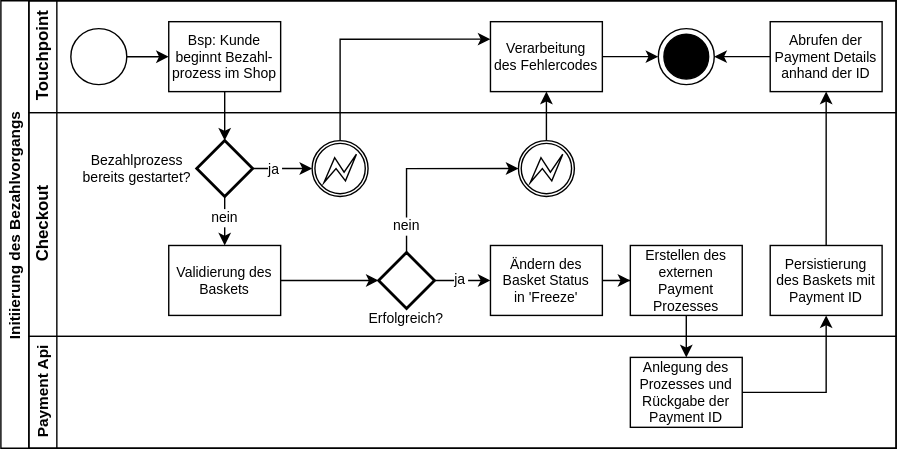
Thalmaier/bachelor-thesis keeps this draw.io diagram as svg/SL InitPayment.svg. Above is the earlier version. Source tidied: cells renumbered, new cells last; positions are measured from the earlier drawing's top-left corner, leaving out a move shared by most shapes. Its diagram source:
```xml
<mxGraphModel>
  <root>
    <mxCell id="0" />
    <mxCell id="1" parent="0" />
    <mxCell id="2" value="Initiierung des Bezahlvorgangs" style="swimlane;horizontal=0;startSize=20;fontColor=#000000;strokeColor=#000000;fontSize=11;fillColor=none;" parent="1" vertex="1">
      <mxGeometry width="640" height="320" as="geometry" />
    </mxCell>
    <mxCell id="3" value="Touchpoint" style="swimlane;html=1;startSize=20;horizontal=0;fontColor=#000000;strokeColor=#000000;fillColor=none;" parent="2" vertex="1">
      <mxGeometry x="20" width="620" height="80" as="geometry" />
    </mxCell>
    <mxCell id="4" style="edgeStyle=orthogonalEdgeStyle;rounded=0;jettySize=auto;html=1;fontColor=#000000;strokeColor=#000000;" parent="3" edge="1" source="5" target="6">
      <mxGeometry relative="1" as="geometry" />
    </mxCell>
    <mxCell id="5" style="ellipse;whiteSpace=wrap;html=1;fontColor=#000000;strokeColor=#000000;fillColor=#FFFFFF;" parent="3" vertex="1">
      <mxGeometry x="30" y="20" width="40" height="40" as="geometry" />
    </mxCell>
    <mxCell id="6" value="Bsp: Kunde&#10;beginnt Bezahl-&#10;prozess im Shop" style="rounded=0;fontFamily=Helvetica;fontSize=10;fontColor=#000000;align=center;strokeColor=#000000;fillColor=#FFFFFF;" parent="3" vertex="1">
      <mxGeometry x="100" y="15" width="80" height="50" as="geometry" />
    </mxCell>
    <mxCell id="7" style="edgeStyle=orthogonalEdgeStyle;rounded=0;jettySize=auto;html=1;fontSize=10;fontColor=#000000;strokeColor=#000000;" parent="3" edge="1" source="8" target="9">
      <mxGeometry relative="1" as="geometry" />
    </mxCell>
    <mxCell id="8" value="Verarbeitung&#10;des Fehlercodes" style="rounded=0;fontFamily=Helvetica;fontSize=10;fontColor=#000000;align=center;strokeColor=#000000;fillColor=#FFFFFF;" parent="3" vertex="1">
      <mxGeometry x="330" y="15" width="80" height="50" as="geometry" />
    </mxCell>
    <mxCell id="9" style="ellipse;html=1;shape=endState;fillColor=#000000;strokeColor=#000000;fontSize=10;fontColor=#000000;" parent="3" vertex="1">
      <mxGeometry x="450" y="20" width="40" height="40" as="geometry" />
    </mxCell>
    <mxCell id="10" style="edgeStyle=orthogonalEdgeStyle;rounded=0;jettySize=auto;html=1;fontSize=11;fontColor=#000000;strokeColor=#000000;" parent="3" edge="1" source="11" target="9">
      <mxGeometry relative="1" as="geometry" />
    </mxCell>
    <mxCell id="11" value="Abrufen der&#10;Payment Details&#10;anhand der ID" style="rounded=0;fontFamily=Helvetica;fontSize=10;fontColor=#000000;align=center;strokeColor=#000000;fillColor=#FFFFFF;" parent="3" vertex="1">
      <mxGeometry x="530" y="15" width="80" height="50" as="geometry" />
    </mxCell>
    <mxCell id="12" style="edgeStyle=orthogonalEdgeStyle;rounded=0;jettySize=auto;html=1;fontSize=10;fontColor=#000000;strokeColor=#000000;entryX=0.5;entryY=0;entryDx=0;entryDy=0;entryPerimeter=0;" parent="2" edge="1" source="6" target="26">
      <mxGeometry relative="1" as="geometry" />
    </mxCell>
    <mxCell id="13" style="edgeStyle=orthogonalEdgeStyle;rounded=0;jettySize=auto;html=1;fontSize=10;fontColor=#000000;strokeColor=#000000;exitX=0.5;exitY=0;exitDx=0;exitDy=0;exitPerimeter=0;entryX=0;entryY=0.25;entryDx=0;entryDy=0;" parent="2" edge="1" source="16" target="8">
      <mxGeometry relative="1" as="geometry" />
    </mxCell>
    <mxCell id="14" style="edgeStyle=orthogonalEdgeStyle;rounded=0;jettySize=auto;html=1;fontSize=11;fontColor=#000000;strokeColor=#000000;" parent="2" edge="1" source="21" target="11">
      <mxGeometry relative="1" as="geometry" />
    </mxCell>
    <mxCell id="15" value="Checkout" style="swimlane;html=1;startSize=20;horizontal=0;fontColor=#000000;strokeColor=#000000;fillColor=none;" parent="2" vertex="1">
      <mxGeometry x="20" y="80" width="620" height="160" as="geometry" />
    </mxCell>
    <mxCell id="16" style="points=[[0.145,0.145,0],[0.5,0,0],[0.855,0.145,0],[1,0.5,0],[0.855,0.855,0],[0.5,1,0],[0.145,0.855,0],[0,0.5,0]];shape=mxgraph.bpmn.event;html=1;verticalLabelPosition=bottom;labelBackgroundColor=#ffffff;verticalAlign=top;align=center;perimeter=ellipsePerimeter;outlineConnect=0;outline=boundInt;symbol=error;fontSize=10;fontColor=#000000;strokeColor=#000000;fillColor=#FFFFFF;" parent="15" vertex="1">
      <mxGeometry x="202.5" y="20" width="40" height="40" as="geometry" />
    </mxCell>
    <mxCell id="17" style="edgeStyle=orthogonalEdgeStyle;rounded=0;jettySize=auto;html=1;fontSize=11;fontColor=#000000;strokeColor=#000000;" parent="15" edge="1" source="18" target="35">
      <mxGeometry relative="1" as="geometry" />
    </mxCell>
    <mxCell id="18" value="Ändern des&#10;Basket Status&#10;in 'Freeze'" style="rounded=0;fontFamily=Helvetica;fontSize=10;fontColor=#000000;align=center;strokeColor=#000000;fillColor=#FFFFFF;" parent="15" vertex="1">
      <mxGeometry x="330" y="95" width="80" height="50" as="geometry" />
    </mxCell>
    <mxCell id="19" value="Erfolgreich?" style="text;strokeColor=none;fillColor=none;align=center;verticalAlign=middle;fontSize=10;fontColor=#000000;labelBackgroundColor=none;" parent="15" vertex="1">
      <mxGeometry x="242.5" y="142" width="55" height="10" as="geometry" />
    </mxCell>
    <mxCell id="20" style="points=[[0.145,0.145,0],[0.5,0,0],[0.855,0.145,0],[1,0.5,0],[0.855,0.855,0],[0.5,1,0],[0.145,0.855,0],[0,0.5,0]];shape=mxgraph.bpmn.event;html=1;verticalLabelPosition=bottom;labelBackgroundColor=#ffffff;verticalAlign=top;align=center;perimeter=ellipsePerimeter;outlineConnect=0;outline=boundInt;symbol=error;fontSize=10;fontColor=#000000;strokeColor=#000000;fillColor=#FFFFFF;" parent="15" vertex="1">
      <mxGeometry x="350" y="20" width="40" height="40" as="geometry" />
    </mxCell>
    <mxCell id="21" value="Persistierung&#10;des Baskets mit&#10;Payment ID" style="rounded=0;fontFamily=Helvetica;fontSize=10;fontColor=#000000;align=center;strokeColor=#000000;fillColor=#FFFFFF;" parent="15" vertex="1">
      <mxGeometry x="530" y="95" width="80" height="50" as="geometry" />
    </mxCell>
    <mxCell id="22" style="edgeStyle=orthogonalEdgeStyle;rounded=0;jettySize=auto;html=1;fontSize=11;fontColor=#000000;strokeColor=#000000;" parent="15" edge="1" source="26" target="16">
      <mxGeometry relative="1" as="geometry" />
    </mxCell>
    <mxCell id="23" value="ja" style="edgeLabel;align=center;verticalAlign=middle;fontSize=10;fontColor=#000000;labelBackgroundColor=#FFFFFF;" parent="22" vertex="1">
      <mxGeometry x="-0.19" relative="1" as="geometry">
        <mxPoint x="-2" as="offset" />
      </mxGeometry>
    </mxCell>
    <mxCell id="24" style="edgeStyle=orthogonalEdgeStyle;rounded=0;jettySize=auto;html=1;fontSize=11;fontColor=#000000;strokeColor=#000000;" parent="15" edge="1" source="26" target="29">
      <mxGeometry relative="1" as="geometry" />
    </mxCell>
    <mxCell id="25" value="nein" style="edgeLabel;align=center;verticalAlign=middle;fontSize=10;fontColor=#000000;labelBackgroundColor=#FFFFFF;" parent="24" vertex="1">
      <mxGeometry x="-0.36" y="-1" relative="1" as="geometry">
        <mxPoint x="1" as="offset" />
      </mxGeometry>
    </mxCell>
    <mxCell id="26" style="strokeWidth=2;html=1;shape=mxgraph.flowchart.decision;whiteSpace=wrap;fontSize=10;fontColor=#000000;fillColor=#FFFFFF;strokeColor=#000000;" parent="15" vertex="1">
      <mxGeometry x="120" y="20" width="40" height="40" as="geometry" />
    </mxCell>
    <mxCell id="27" value="Bezahlprozess&#10;bereits gestartet?" style="text;strokeColor=none;fillColor=none;align=center;verticalAlign=middle;fontSize=10;fontColor=#000000;labelBackgroundColor=#FFFFFF;" parent="15" vertex="1">
      <mxGeometry x="50" y="35" width="55" height="10" as="geometry" />
    </mxCell>
    <mxCell id="28" style="edgeStyle=orthogonalEdgeStyle;rounded=0;jettySize=auto;html=1;fontSize=11;fontColor=#000000;strokeColor=#000000;" parent="15" edge="1" source="29" target="34">
      <mxGeometry relative="1" as="geometry" />
    </mxCell>
    <mxCell id="29" value="Validierung des&#10;Baskets" style="rounded=0;fontFamily=Helvetica;fontSize=10;fontColor=#000000;align=center;strokeColor=#000000;fillColor=#FFFFFF;" parent="15" vertex="1">
      <mxGeometry x="100" y="95" width="80" height="50" as="geometry" />
    </mxCell>
    <mxCell id="30" style="edgeStyle=orthogonalEdgeStyle;rounded=0;jettySize=auto;html=1;fontSize=11;fontColor=#000000;strokeColor=#000000;" parent="15" edge="1" source="34" target="18">
      <mxGeometry relative="1" as="geometry" />
    </mxCell>
    <mxCell id="31" value="ja" style="edgeLabel;align=center;verticalAlign=middle;fontSize=10;fontColor=#000000;labelBackgroundColor=#FFFFFF;" parent="30" vertex="1">
      <mxGeometry x="0.26" y="-1" relative="1" as="geometry">
        <mxPoint x="-7" y="-2" as="offset" />
      </mxGeometry>
    </mxCell>
    <mxCell id="32" style="edgeStyle=orthogonalEdgeStyle;rounded=0;jettySize=auto;html=1;fontSize=11;fontColor=#000000;strokeColor=#000000;exitX=0.5;exitY=0;exitDx=0;exitDy=0;exitPerimeter=0;entryX=0;entryY=0.5;entryDx=0;entryDy=0;entryPerimeter=0;" parent="15" edge="1" source="34" target="20">
      <mxGeometry relative="1" as="geometry" />
    </mxCell>
    <mxCell id="33" value="nein" style="edgeLabel;align=center;verticalAlign=middle;fontSize=10;fontColor=#000000;labelBackgroundColor=#FFFFFF;" parent="32" vertex="1">
      <mxGeometry x="-0.76" y="1" relative="1" as="geometry">
        <mxPoint x="1" y="-3" as="offset" />
      </mxGeometry>
    </mxCell>
    <mxCell id="34" style="strokeWidth=2;html=1;shape=mxgraph.flowchart.decision;whiteSpace=wrap;fontSize=10;fontColor=#000000;fillColor=#FFFFFF;strokeColor=#000000;" parent="15" vertex="1">
      <mxGeometry x="250" y="100" width="40" height="40" as="geometry" />
    </mxCell>
    <mxCell id="35" value="Erstellen des&#10;externen &#10;Payment &#10;Prozesses" style="rounded=0;fontFamily=Helvetica;fontSize=10;fontColor=#000000;align=center;strokeColor=#000000;fillColor=#FFFFFF;" parent="15" vertex="1">
      <mxGeometry x="430" y="95" width="80" height="50" as="geometry" />
    </mxCell>
    <mxCell id="36" value="Payment Api" style="swimlane;html=1;startSize=20;horizontal=0;fontColor=#000000;strokeColor=#000000;fontSize=11;fillColor=none;" parent="2" vertex="1">
      <mxGeometry x="20" y="240" width="620" height="80" as="geometry" />
    </mxCell>
    <mxCell id="37" value="Anlegung des&#10;Prozesses und&#10;Rückgabe der&#10;Payment ID" style="rounded=0;fontFamily=Helvetica;fontSize=10;fontColor=#000000;align=center;strokeColor=#000000;fillColor=#FFFFFF;" parent="36" vertex="1">
      <mxGeometry x="430" y="15" width="80" height="50" as="geometry" />
    </mxCell>
    <mxCell id="38" style="edgeStyle=orthogonalEdgeStyle;rounded=0;jettySize=auto;html=1;fontSize=11;fontColor=#000000;strokeColor=#000000;exitX=0.5;exitY=1;exitDx=0;exitDy=0;entryX=0.5;entryY=0;entryDx=0;entryDy=0;" parent="2" edge="1" source="35" target="37">
      <mxGeometry relative="1" as="geometry" />
    </mxCell>
    <mxCell id="39" style="edgeStyle=orthogonalEdgeStyle;rounded=0;jettySize=auto;html=1;entryX=0.5;entryY=1;entryDx=0;entryDy=0;fontSize=11;fontColor=#000000;strokeColor=#000000;" parent="2" edge="1" source="37" target="21">
      <mxGeometry relative="1" as="geometry" />
    </mxCell>
    <mxCell id="40" style="edgeStyle=orthogonalEdgeStyle;rounded=0;jettySize=auto;html=1;exitX=0.5;exitY=0;exitDx=0;exitDy=0;exitPerimeter=0;entryX=0.5;entryY=1;entryDx=0;entryDy=0;fontSize=10;fontColor=#000000;strokeColor=#000000;" parent="2" edge="1" source="20" target="8">
      <mxGeometry relative="1" as="geometry" />
    </mxCell>
  </root>
</mxGraphModel>
```
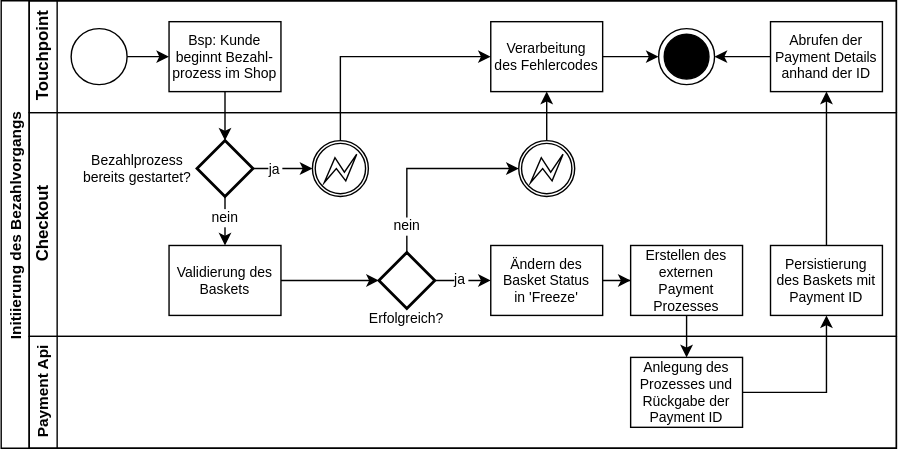
The same file after the commit.

Diff of the diagram source:
```diff
@@ -35,7 +35,7 @@
     <mxCell id="12" style="edgeStyle=orthogonalEdgeStyle;rounded=0;jettySize=auto;html=1;fontSize=10;fontColor=#000000;strokeColor=#000000;entryX=0.5;entryY=0;entryDx=0;entryDy=0;entryPerimeter=0;" parent="2" edge="1" source="6" target="26">
       <mxGeometry relative="1" as="geometry" />
     </mxCell>
-    <mxCell id="13" style="edgeStyle=orthogonalEdgeStyle;rounded=0;jettySize=auto;html=1;fontSize=10;fontColor=#000000;strokeColor=#000000;exitX=0.5;exitY=0;exitDx=0;exitDy=0;exitPerimeter=0;entryX=0;entryY=0.25;entryDx=0;entryDy=0;" parent="2" edge="1" source="16" target="8">
+    <mxCell id="13" style="edgeStyle=orthogonalEdgeStyle;rounded=0;jettySize=auto;html=1;fontSize=10;fontColor=#000000;strokeColor=#000000;exitX=0.5;exitY=0;exitDx=0;exitDy=0;exitPerimeter=0;entryX=0;entryY=0.5;entryDx=0;entryDy=0;" parent="2" edge="1" source="16" target="8">
       <mxGeometry relative="1" as="geometry" />
     </mxCell>
     <mxCell id="14" style="edgeStyle=orthogonalEdgeStyle;rounded=0;jettySize=auto;html=1;fontSize=11;fontColor=#000000;strokeColor=#000000;" parent="2" edge="1" source="21" target="11">
```
